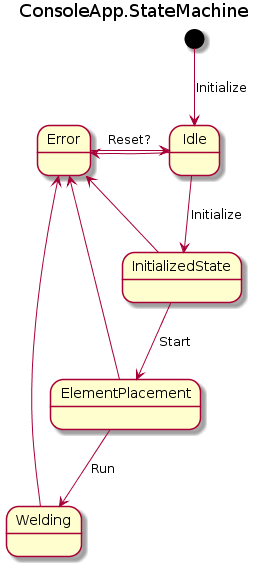
Earlier version of the PlantUML export firstFiveStates_plantuml.png (Jacob273/JG.TechLearning.ConsoleApp.StateMachine).
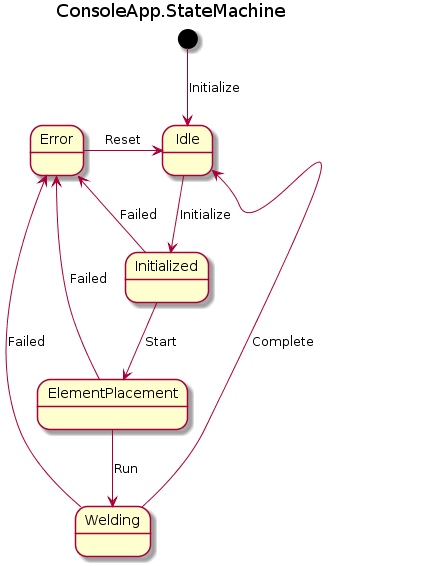
After the change.

The edit, as a diff of the source:
```diff
@@ -3,14 +3,14 @@
 
 [*] --> Idle : Initialize
 
-Idle --> InitializedState : Initialize
-InitializedState --> ElementPlacement: Start
+Idle --> Initialized : Initialize
+Initialized --> ElementPlacement: Start
 ElementPlacement--> Welding : Run
+Welding --> Idle: Complete
 
-Idle -> Error
-InitializedState --> Error
-ElementPlacement--> Error
-Welding --> Error
+Initialized --> Error : Failed
+ElementPlacement--> Error : Failed
+Welding --> Error : Failed
 
-Error -> Idle : Reset?
+Error -> Idle : Reset
 @enduml
```
